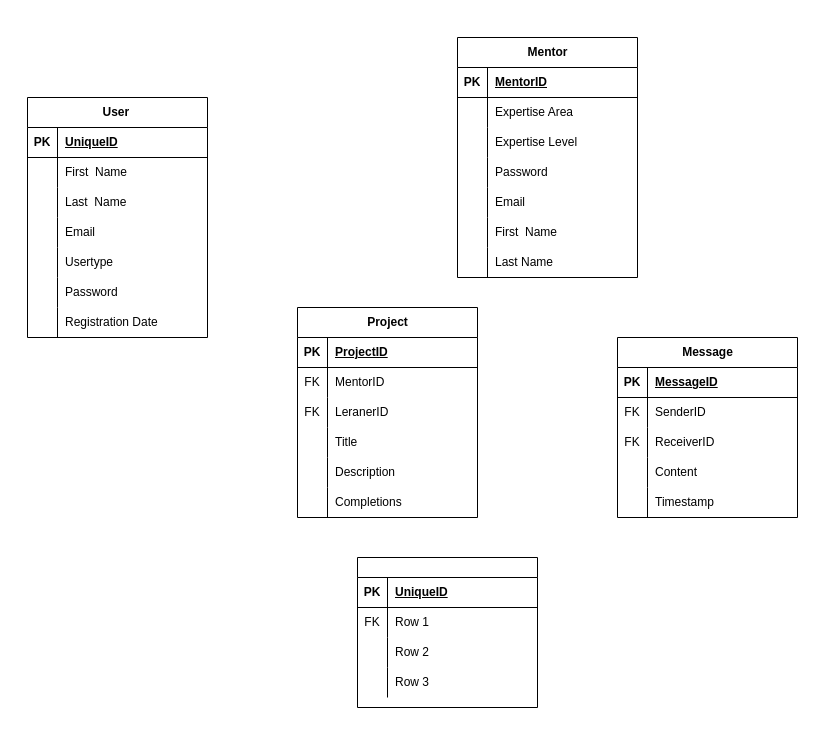
i-ninte/CSM141081 keeps this draw.io diagram as Untitled Diagram.drawio. Above is the earlier version. Source tidied: cells renumbered, new cells numbered last; positions are measured from the earlier drawing's top-left corner, leaving out a move shared by most shapes. Both pictures are drawn from the tidied source at 100%, with x=0, y=0 at pixel (27, 37).
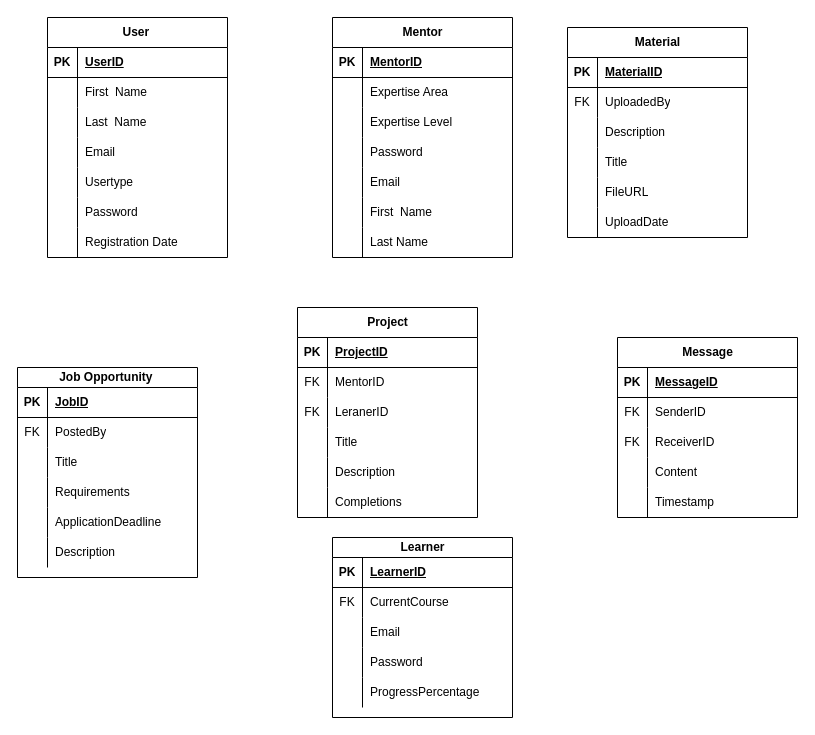
Above is the later version.

The change refers to these unchanged cells:
```xml
<mxCell id="44" style="shape=tableRow;horizontal=0;startSize=0;swimlaneHead=0;swimlaneBody=0;fillColor=none;top=0;left=0;right=0;bottom=1;" parent="43" vertex="1">
  <mxGeometry y="30" width="180" height="30" as="geometry" />
</mxCell>
<mxCell id="82" style="shape=tableRow;horizontal=0;startSize=0;swimlaneHead=0;swimlaneBody=0;fillColor=none;top=0;left=0;right=0;bottom=1;" parent="81" vertex="1">
  <mxGeometry y="20" width="180" height="30" as="geometry" />
</mxCell>
<mxCell id="85" style="shape=tableRow;horizontal=0;startSize=0;swimlaneHead=0;swimlaneBody=0;fillColor=none;top=0;left=0;right=0;bottom=0;" parent="81" vertex="1">
  <mxGeometry y="50" width="180" height="30" as="geometry" />
</mxCell>
<mxCell id="88" style="shape=tableRow;horizontal=0;startSize=0;swimlaneHead=0;swimlaneBody=0;fillColor=none;top=0;left=0;right=0;bottom=0;" parent="81" vertex="1">
  <mxGeometry y="80" width="180" height="30" as="geometry" />
</mxCell>
<mxCell id="91" style="shape=tableRow;horizontal=0;startSize=0;swimlaneHead=0;swimlaneBody=0;fillColor=none;top=0;left=0;right=0;bottom=0;" parent="81" vertex="1">
  <mxGeometry y="110" width="180" height="30" as="geometry" />
</mxCell>
```

Diff of the diagram source:
```diff
@@
     <mxCell id="21" value="Mentor" style="shape=table;startSize=30;childLayout=tableLayout;rowLines=0;fontStyle=1;align=center;html=1;" parent="1" vertex="1">
-      <mxGeometry x="430" width="180" height="240" as="geometry" />
+      <mxGeometry x="305" y="-20" width="180" height="240" as="geometry" />
     </mxCell>
@@
     <mxCell id="43" value="User&amp;nbsp;" style="shape=table;startSize=30;childLayout=tableLayout;rowLines=0;fontStyle=1;align=center;html=1;" parent="1" vertex="1">
-      <mxGeometry y="60" width="180" height="240" as="geometry" />
+      <mxGeometry x="20" y="-20" width="180" height="240" as="geometry" />
     </mxCell>
@@
-    <mxCell id="46" value="UniqueID" style="shape=partialRectangle;fillColor=none;top=0;left=0;bottom=0;right=0;align=left;spacingLeft=6;fontStyle=5;overflow=hidden;whiteSpace=wrap;html=1;" parent="44" vertex="1">
+    <mxCell id="46" value="UserID" style="shape=partialRectangle;fillColor=none;top=0;left=0;bottom=0;right=0;align=left;spacingLeft=6;fontStyle=5;overflow=hidden;whiteSpace=wrap;html=1;" parent="44" vertex="1">
       <mxGeometry x="30" width="150" height="30" as="geometry" />
     </mxCell>
@@
-    <mxCell id="81" style="shape=table;startSize=20;childLayout=tableLayout;rowLines=0;fontStyle=1;align=center;html=1;" parent="1" vertex="1">
-      <mxGeometry x="330" y="520" width="180" height="150" as="geometry" />
+    <mxCell id="81" value="Job Opportunity&amp;nbsp;" style="shape=table;startSize=20;childLayout=tableLayout;rowLines=0;fontStyle=1;align=center;html=1;" parent="1" vertex="1">
+      <mxGeometry x="-10" y="330" width="180" height="210" as="geometry" />
     </mxCell>
@@
-    <mxCell id="84" value="UniqueID" style="shape=partialRectangle;fillColor=none;top=0;left=0;bottom=0;right=0;align=left;spacingLeft=6;fontStyle=5;overflow=hidden;whiteSpace=wrap;html=1;" parent="82" vertex="1">
+    <mxCell id="84" value="JobID" style="shape=partialRectangle;fillColor=none;top=0;left=0;bottom=0;right=0;align=left;spacingLeft=6;fontStyle=5;overflow=hidden;whiteSpace=wrap;html=1;" parent="82" vertex="1">
       <mxGeometry x="30" width="150" height="30" as="geometry" />
     </mxCell>
@@
-    <mxCell id="87" value="Row 1" style="shape=partialRectangle;fillColor=none;top=0;left=0;bottom=0;right=0;align=left;spacingLeft=6;overflow=hidden;whiteSpace=wrap;html=1;" parent="85" vertex="1">
+    <mxCell id="87" value="PostedBy" style="shape=partialRectangle;fillColor=none;top=0;left=0;bottom=0;right=0;align=left;spacingLeft=6;overflow=hidden;whiteSpace=wrap;html=1;" parent="85" vertex="1">
       <mxGeometry x="30" width="150" height="30" as="geometry" />
     </mxCell>
@@
-    <mxCell id="90" value="Row 2" style="shape=partialRectangle;fillColor=none;top=0;left=0;bottom=0;right=0;align=left;spacingLeft=6;overflow=hidden;whiteSpace=wrap;html=1;" parent="88" vertex="1">
+    <mxCell id="90" value="Title" style="shape=partialRectangle;fillColor=none;top=0;left=0;bottom=0;right=0;align=left;spacingLeft=6;overflow=hidden;whiteSpace=wrap;html=1;" parent="88" vertex="1">
       <mxGeometry x="30" width="150" height="30" as="geometry" />
     </mxCell>
@@
-    <mxCell id="93" value="Row 3" style="shape=partialRectangle;fillColor=none;top=0;left=0;bottom=0;right=0;align=left;spacingLeft=6;overflow=hidden;whiteSpace=wrap;html=1;" parent="91" vertex="1">
+    <mxCell id="93" value="Requirements" style="shape=partialRectangle;fillColor=none;top=0;left=0;bottom=0;right=0;align=left;spacingLeft=6;overflow=hidden;whiteSpace=wrap;html=1;" parent="91" vertex="1">
       <mxGeometry x="30" width="150" height="30" as="geometry" />
     </mxCell>
+    <mxCell id="94" style="shape=tableRow;horizontal=0;startSize=0;swimlaneHead=0;swimlaneBody=0;fillColor=none;top=0;left=0;right=0;bottom=0;" parent="81" vertex="1">
+      <mxGeometry y="140" width="180" height="30" as="geometry" />
+    </mxCell>
+    <mxCell id="95" style="shape=partialRectangle;fillColor=none;top=0;left=0;bottom=0;right=0;overflow=hidden;whiteSpace=wrap;html=1;" parent="94" vertex="1">
+      <mxGeometry width="30" height="30" as="geometry" />
+    </mxCell>
+    <mxCell id="96" value="ApplicationDeadline" style="shape=partialRectangle;fillColor=none;top=0;left=0;bottom=0;right=0;align=left;spacingLeft=6;overflow=hidden;whiteSpace=wrap;html=1;" parent="94" vertex="1">
+      <mxGeometry x="30" width="150" height="30" as="geometry" />
+    </mxCell>
+    <mxCell id="97" style="shape=tableRow;horizontal=0;startSize=0;swimlaneHead=0;swimlaneBody=0;fillColor=none;top=0;left=0;right=0;bottom=0;" parent="81" vertex="1">
+      <mxGeometry y="170" width="180" height="30" as="geometry" />
+    </mxCell>
+    <mxCell id="98" style="shape=partialRectangle;fillColor=none;top=0;left=0;bottom=0;right=0;overflow=hidden;whiteSpace=wrap;html=1;" parent="97" vertex="1">
+      <mxGeometry width="30" height="30" as="geometry" />
+    </mxCell>
+    <mxCell id="99" value="Description" style="shape=partialRectangle;fillColor=none;top=0;left=0;bottom=0;right=0;align=left;spacingLeft=6;overflow=hidden;whiteSpace=wrap;html=1;" parent="97" vertex="1">
+      <mxGeometry x="30" width="150" height="30" as="geometry" />
+    </mxCell>
+    <mxCell id="100" value="Learner" style="shape=table;startSize=20;childLayout=tableLayout;rowLines=0;fontStyle=1;align=center;html=1;" parent="1" vertex="1">
+      <mxGeometry x="305" y="500" width="180" height="180" as="geometry" />
+    </mxCell>
+    <mxCell id="101" style="shape=tableRow;horizontal=0;startSize=0;swimlaneHead=0;swimlaneBody=0;fillColor=none;top=0;left=0;right=0;bottom=1;" parent="100" vertex="1">
+      <mxGeometry y="20" width="180" height="30" as="geometry" />
+    </mxCell>
+    <mxCell id="102" value="PK" style="shape=partialRectangle;fillColor=none;top=0;left=0;bottom=0;right=0;fontStyle=1;overflow=hidden;whiteSpace=wrap;html=1;" parent="101" vertex="1">
+      <mxGeometry width="30" height="30" as="geometry" />
+    </mxCell>
+    <mxCell id="103" value="LearnerID" style="shape=partialRectangle;fillColor=none;top=0;left=0;bottom=0;right=0;align=left;spacingLeft=6;fontStyle=5;overflow=hidden;whiteSpace=wrap;html=1;" parent="101" vertex="1">
+      <mxGeometry x="30" width="150" height="30" as="geometry" />
+    </mxCell>
+    <mxCell id="104" style="shape=tableRow;horizontal=0;startSize=0;swimlaneHead=0;swimlaneBody=0;fillColor=none;top=0;left=0;right=0;bottom=0;" parent="100" vertex="1">
+      <mxGeometry y="50" width="180" height="30" as="geometry" />
+    </mxCell>
+    <mxCell id="105" value="FK" style="shape=partialRectangle;fillColor=none;top=0;left=0;bottom=0;right=0;overflow=hidden;whiteSpace=wrap;html=1;" parent="104" vertex="1">
+      <mxGeometry width="30" height="30" as="geometry" />
+    </mxCell>
+    <mxCell id="106" value="CurrentCourse" style="shape=partialRectangle;fillColor=none;top=0;left=0;bottom=0;right=0;align=left;spacingLeft=6;overflow=hidden;whiteSpace=wrap;html=1;" parent="104" vertex="1">
+      <mxGeometry x="30" width="150" height="30" as="geometry" />
+    </mxCell>
+    <mxCell id="107" style="shape=tableRow;horizontal=0;startSize=0;swimlaneHead=0;swimlaneBody=0;fillColor=none;top=0;left=0;right=0;bottom=0;" parent="100" vertex="1">
+      <mxGeometry y="80" width="180" height="30" as="geometry" />
+    </mxCell>
+    <mxCell id="108" style="shape=partialRectangle;fillColor=none;top=0;left=0;bottom=0;right=0;overflow=hidden;whiteSpace=wrap;html=1;" parent="107" vertex="1">
+      <mxGeometry width="30" height="30" as="geometry" />
+    </mxCell>
+    <mxCell id="109" value="Email" style="shape=partialRectangle;fillColor=none;top=0;left=0;bottom=0;right=0;align=left;spacingLeft=6;overflow=hidden;whiteSpace=wrap;html=1;" parent="107" vertex="1">
+      <mxGeometry x="30" width="150" height="30" as="geometry" />
+    </mxCell>
+    <mxCell id="110" style="shape=tableRow;horizontal=0;startSize=0;swimlaneHead=0;swimlaneBody=0;fillColor=none;top=0;left=0;right=0;bottom=0;" parent="100" vertex="1">
+      <mxGeometry y="110" width="180" height="30" as="geometry" />
+    </mxCell>
+    <mxCell id="111" style="shape=partialRectangle;fillColor=none;top=0;left=0;bottom=0;right=0;overflow=hidden;whiteSpace=wrap;html=1;" parent="110" vertex="1">
+      <mxGeometry width="30" height="30" as="geometry" />
+    </mxCell>
+    <mxCell id="112" value="Password&amp;nbsp;" style="shape=partialRectangle;fillColor=none;top=0;left=0;bottom=0;right=0;align=left;spacingLeft=6;overflow=hidden;whiteSpace=wrap;html=1;" parent="110" vertex="1">
+      <mxGeometry x="30" width="150" height="30" as="geometry" />
+    </mxCell>
+    <mxCell id="113" style="shape=tableRow;horizontal=0;startSize=0;swimlaneHead=0;swimlaneBody=0;fillColor=none;top=0;left=0;right=0;bottom=0;" parent="100" vertex="1">
+      <mxGeometry y="140" width="180" height="30" as="geometry" />
+    </mxCell>
+    <mxCell id="114" style="shape=partialRectangle;fillColor=none;top=0;left=0;bottom=0;right=0;overflow=hidden;whiteSpace=wrap;html=1;" parent="113" vertex="1">
+      <mxGeometry width="30" height="30" as="geometry" />
+    </mxCell>
+    <mxCell id="115" value="ProgressPercentage" style="shape=partialRectangle;fillColor=none;top=0;left=0;bottom=0;right=0;align=left;spacingLeft=6;overflow=hidden;whiteSpace=wrap;html=1;" parent="113" vertex="1">
+      <mxGeometry x="30" width="150" height="30" as="geometry" />
+    </mxCell>
+    <mxCell id="116" value="Material" style="shape=table;startSize=30;childLayout=tableLayout;rowLines=0;fontStyle=1;align=center;html=1;" parent="1" vertex="1">
+      <mxGeometry x="540" y="-10" width="180" height="210" as="geometry" />
+    </mxCell>
+    <mxCell id="117" style="shape=tableRow;horizontal=0;startSize=0;swimlaneHead=0;swimlaneBody=0;fillColor=none;top=0;left=0;right=0;bottom=1;" parent="116" vertex="1">
+      <mxGeometry y="30" width="180" height="30" as="geometry" />
+    </mxCell>
+    <mxCell id="118" value="PK" style="shape=partialRectangle;fillColor=none;top=0;left=0;bottom=0;right=0;fontStyle=1;overflow=hidden;whiteSpace=wrap;html=1;" parent="117" vertex="1">
+      <mxGeometry width="30" height="30" as="geometry" />
+    </mxCell>
+    <mxCell id="119" value="MaterialID" style="shape=partialRectangle;fillColor=none;top=0;left=0;bottom=0;right=0;align=left;spacingLeft=6;fontStyle=5;overflow=hidden;whiteSpace=wrap;html=1;" parent="117" vertex="1">
+      <mxGeometry x="30" width="150" height="30" as="geometry" />
+    </mxCell>
+    <mxCell id="120" style="shape=tableRow;horizontal=0;startSize=0;swimlaneHead=0;swimlaneBody=0;fillColor=none;top=0;left=0;right=0;bottom=0;" parent="116" vertex="1">
+      <mxGeometry y="60" width="180" height="30" as="geometry" />
+    </mxCell>
+    <mxCell id="121" value="FK" style="shape=partialRectangle;fillColor=none;top=0;left=0;bottom=0;right=0;overflow=hidden;whiteSpace=wrap;html=1;" parent="120" vertex="1">
+      <mxGeometry width="30" height="30" as="geometry" />
+    </mxCell>
+    <mxCell id="122" value="UploadedBy" style="shape=partialRectangle;fillColor=none;top=0;left=0;bottom=0;right=0;align=left;spacingLeft=6;overflow=hidden;whiteSpace=wrap;html=1;" parent="120" vertex="1">
+      <mxGeometry x="30" width="150" height="30" as="geometry" />
+    </mxCell>
+    <mxCell id="123" style="shape=tableRow;horizontal=0;startSize=0;swimlaneHead=0;swimlaneBody=0;fillColor=none;top=0;left=0;right=0;bottom=0;" parent="116" vertex="1">
+      <mxGeometry y="90" width="180" height="30" as="geometry" />
+    </mxCell>
+    <mxCell id="124" style="shape=partialRectangle;fillColor=none;top=0;left=0;bottom=0;right=0;overflow=hidden;whiteSpace=wrap;html=1;" parent="123" vertex="1">
+      <mxGeometry width="30" height="30" as="geometry" />
+    </mxCell>
+    <mxCell id="125" value="Description" style="shape=partialRectangle;fillColor=none;top=0;left=0;bottom=0;right=0;align=left;spacingLeft=6;overflow=hidden;whiteSpace=wrap;html=1;" parent="123" vertex="1">
+      <mxGeometry x="30" width="150" height="30" as="geometry" />
+    </mxCell>
+    <mxCell id="126" style="shape=tableRow;horizontal=0;startSize=0;swimlaneHead=0;swimlaneBody=0;fillColor=none;top=0;left=0;right=0;bottom=0;" parent="116" vertex="1">
+      <mxGeometry y="120" width="180" height="30" as="geometry" />
+    </mxCell>
+    <mxCell id="127" style="shape=partialRectangle;fillColor=none;top=0;left=0;bottom=0;right=0;overflow=hidden;whiteSpace=wrap;html=1;" parent="126" vertex="1">
+      <mxGeometry width="30" height="30" as="geometry" />
+    </mxCell>
+    <mxCell id="128" value="Title" style="shape=partialRectangle;fillColor=none;top=0;left=0;bottom=0;right=0;align=left;spacingLeft=6;overflow=hidden;whiteSpace=wrap;html=1;" parent="126" vertex="1">
+      <mxGeometry x="30" width="150" height="30" as="geometry" />
+    </mxCell>
+    <mxCell id="129" style="shape=tableRow;horizontal=0;startSize=0;swimlaneHead=0;swimlaneBody=0;fillColor=none;top=0;left=0;right=0;bottom=0;" parent="116" vertex="1">
+      <mxGeometry y="150" width="180" height="30" as="geometry" />
+    </mxCell>
+    <mxCell id="130" style="shape=partialRectangle;fillColor=none;top=0;left=0;bottom=0;right=0;overflow=hidden;whiteSpace=wrap;html=1;" parent="129" vertex="1">
+      <mxGeometry width="30" height="30" as="geometry" />
+    </mxCell>
+    <mxCell id="131" value="FileURL" style="shape=partialRectangle;fillColor=none;top=0;left=0;bottom=0;right=0;align=left;spacingLeft=6;overflow=hidden;whiteSpace=wrap;html=1;" parent="129" vertex="1">
+      <mxGeometry x="30" width="150" height="30" as="geometry" />
+    </mxCell>
+    <mxCell id="132" style="shape=tableRow;horizontal=0;startSize=0;swimlaneHead=0;swimlaneBody=0;fillColor=none;top=0;left=0;right=0;bottom=0;" parent="116" vertex="1">
+      <mxGeometry y="180" width="180" height="30" as="geometry" />
+    </mxCell>
+    <mxCell id="133" style="shape=partialRectangle;fillColor=none;top=0;left=0;bottom=0;right=0;overflow=hidden;whiteSpace=wrap;html=1;" parent="132" vertex="1">
+      <mxGeometry width="30" height="30" as="geometry" />
+    </mxCell>
+    <mxCell id="134" value="UploadDate" style="shape=partialRectangle;fillColor=none;top=0;left=0;bottom=0;right=0;align=left;spacingLeft=6;overflow=hidden;whiteSpace=wrap;html=1;" parent="132" vertex="1">
+      <mxGeometry x="30" width="150" height="30" as="geometry" />
+    </mxCell>
```
